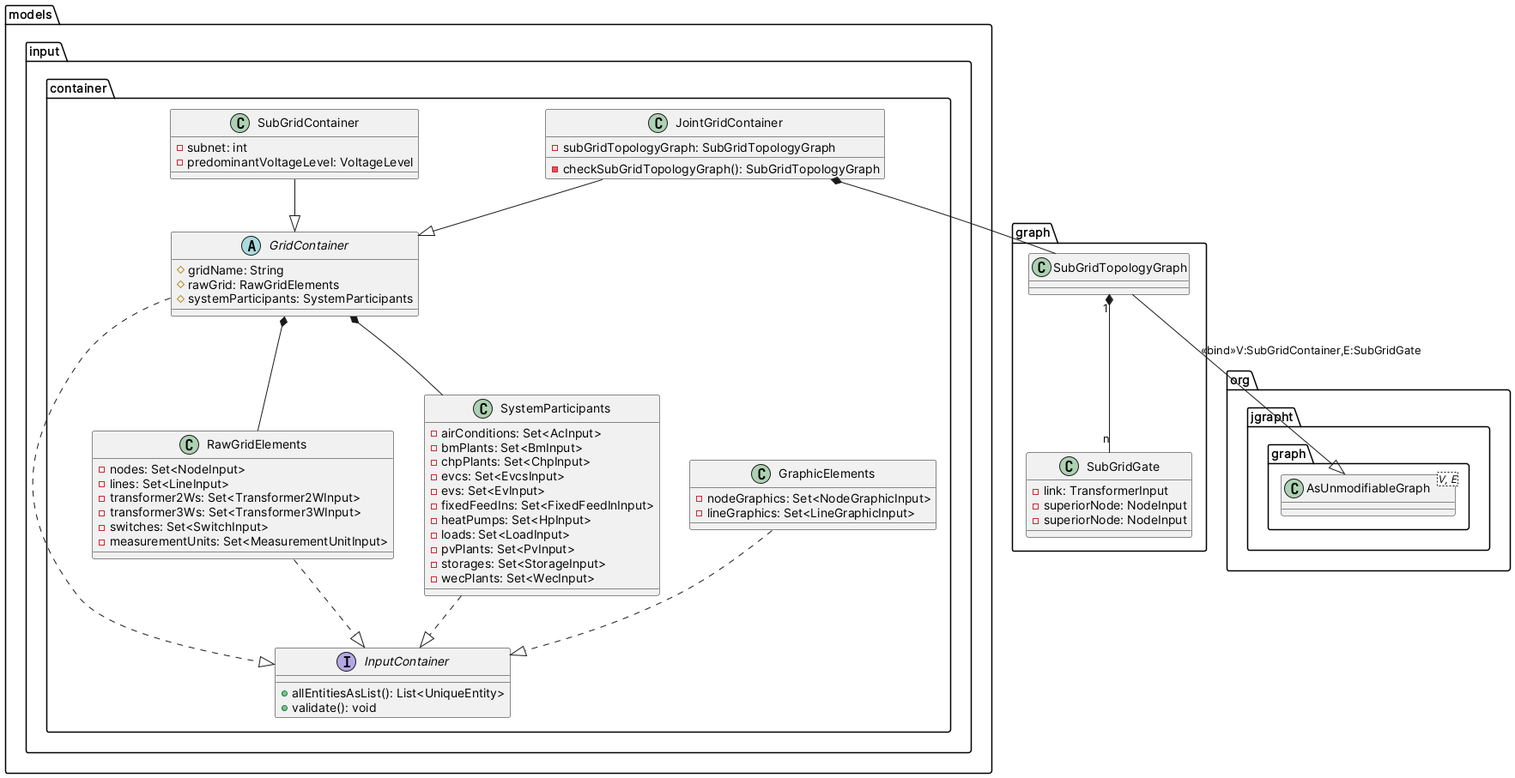
Above: docs/readthedocs/_static/figures/uml/ModelContainerConcept.png in ie3-institute/PowerSystemDataModel (PlantUML), before the change. The source it was exported from:
```plantuml
@startuml

package org.jgrapht.graph {
    class AsUnmodifiableGraph<V, E>
}

package graph {
    class SubGridGate {
        - link: TransformerInput
        - superiorNode: NodeInput
        - superiorNode: NodeInput
    }

    class SubGridTopologyGraph {
    }
    SubGridTopologyGraph --|> AsUnmodifiableGraph: <<bind>>V:SubGridContainer,E:SubGridGate
    SubGridTopologyGraph "1" *-- "n" SubGridGate
}

package models.input.container {
    interface InputContainer {
        + allEntitiesAsList(): List<UniqueEntity>
        + validate(): void
    }

    class GraphicElements {
        - nodeGraphics: Set<NodeGraphicInput>
        - lineGraphics: Set<LineGraphicInput>
    }
    GraphicElements ..|> InputContainer

    class RawGridElements {
        - nodes: Set<NodeInput>
        - lines: Set<LineInput>
        - transformer2Ws: Set<Transformer2WInput>
        - transformer3Ws: Set<Transformer3WInput>
        - switches: Set<SwitchInput>
        - measurementUnits: Set<MeasurementUnitInput>
    }
    RawGridElements ..|> InputContainer

    class SystemParticipants {
        - airConditions: Set<AcInput>
        - bmPlants: Set<BmInput>
        - chpPlants: Set<ChpInput>
        - evcs: Set<EvcsInput>
        - evs: Set<EvInput>
        - fixedFeedIns: Set<FixedFeedInInput>
        - heatPumps: Set<HpInput>
        - loads: Set<LoadInput>
        - pvPlants: Set<PvInput>
        - storages: Set<StorageInput>
        - wecPlants: Set<WecInput>
    }
    SystemParticipants ..|> InputContainer

    abstract class GridContainer {
        # gridName: String
        # rawGrid: RawGridElements
        # systemParticipants: SystemParticipants
    }
    GridContainer ..|> InputContainer
    GridContainer *-- RawGridElements
    GridContainer *-- SystemParticipants

    class JointGridContainer {
        - subGridTopologyGraph: SubGridTopologyGraph
        - checkSubGridTopologyGraph(): SubGridTopologyGraph
    }
    JointGridContainer --|> GridContainer
    JointGridContainer *-- SubGridTopologyGraph

    class SubGridContainer {
        - subnet: int
        - predominantVoltageLevel: VoltageLevel
    }
    SubGridContainer --|> GridContainer
}
@enduml
```
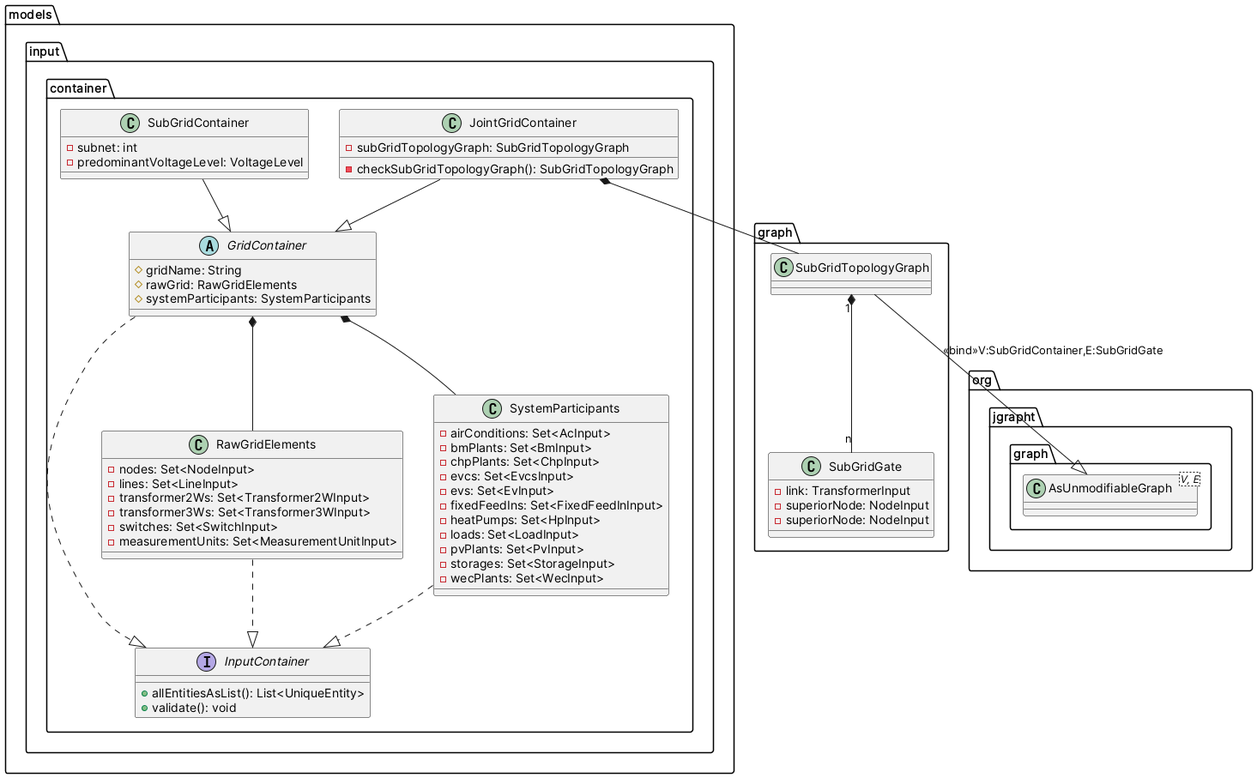
After the commit.

The edit, as a diff of the source:
```diff
@@ -22,12 +22,6 @@
         + allEntitiesAsList(): List<UniqueEntity>
         + validate(): void
     }
-
-    class GraphicElements {
-        - nodeGraphics: Set<NodeGraphicInput>
-        - lineGraphics: Set<LineGraphicInput>
-    }
-    GraphicElements ..|> InputContainer
 
     class RawGridElements {
         - nodes: Set<NodeInput>
```
